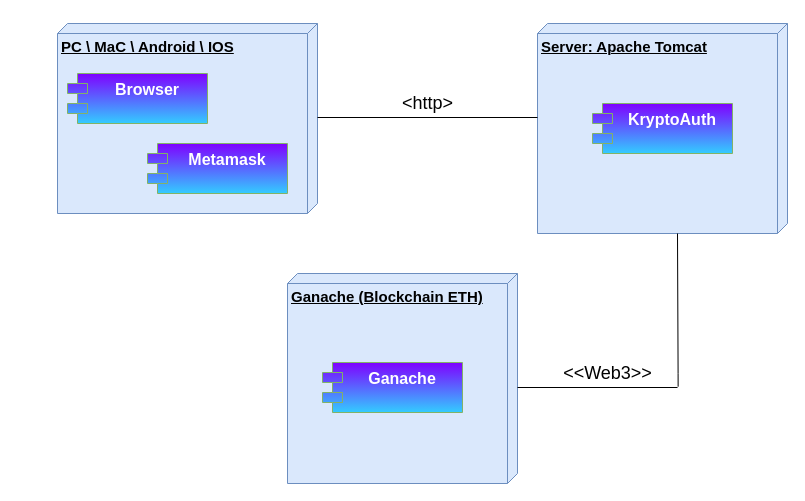
Before: docs/deliverables/Resources/Deployment Diagram/Deployment Diagram.drawio in Alberto-00/Kryptoauth-NFT, a draw.io diagram. Source tidied: cells renumbered, new cells numbered last; positions are measured from the earlier drawing's top-left corner, leaving out a move shared by most shapes. Both pictures are drawn from the tidied source at 100%, with x=0, y=0 at pixel (57, 23).
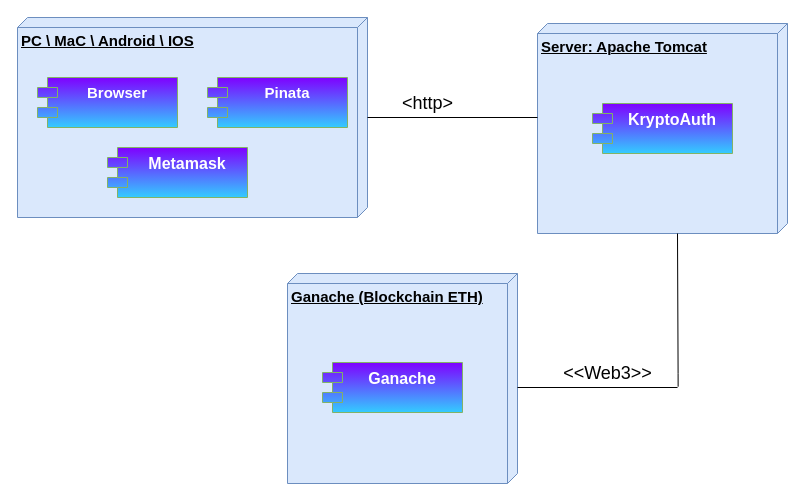
The same page after the edit.

What changed in the source:
```diff
@@
 <mxGraphModel>
   <root>
     <mxCell id="0" />
     <mxCell id="1" parent="0" />
     <mxCell id="2" value="&lt;font style=&quot;font-size: 15px&quot;&gt;&lt;b&gt;Ganache (Blockchain ETH)&lt;/b&gt;&lt;/font&gt;" style="verticalAlign=top;align=left;spacingTop=8;spacingLeft=2;spacingRight=12;shape=cube;size=10;direction=south;fontStyle=4;html=1;fillColor=#dae8fc;strokeColor=#6c8ebf;" parent="1" vertex="1">
       <mxGeometry x="230" y="250" width="230" height="210" as="geometry" />
     </mxCell>
     <mxCell id="3" value="&lt;font style=&quot;font-size: 15px&quot;&gt;&lt;b&gt;Server: Apache Tomcat&lt;/b&gt;&lt;/font&gt;" style="verticalAlign=top;align=left;spacingTop=8;spacingLeft=2;spacingRight=12;shape=cube;size=10;direction=south;fontStyle=4;html=1;fillColor=#dae8fc;strokeColor=#6c8ebf;" parent="1" vertex="1">
       <mxGeometry x="480" width="250" height="210" as="geometry" />
     </mxCell>
     <mxCell id="4" value="&lt;b&gt;&lt;font style=&quot;font-size: 15px&quot;&gt;PC \ MaC \ Android \ IOS&lt;/font&gt;&lt;/b&gt;" style="verticalAlign=top;align=left;spacingTop=8;spacingLeft=2;spacingRight=12;shape=cube;size=10;direction=south;fontStyle=4;html=1;fillColor=#dae8fc;strokeColor=#6c8ebf;" parent="1" vertex="1">
-      <mxGeometry width="260" height="190" as="geometry" />
+      <mxGeometry x="-40" y="-6" width="350" height="200" as="geometry" />
     </mxCell>
-    <mxCell id="5" value="Browser&#10;" style="shape=module;align=left;spacingLeft=20;align=center;verticalAlign=top;fillColor=#7F00FF;strokeColor=#82b366;fontSize=16;gradientColor=#33CCFF;fontColor=#FFFFFF;fontStyle=1;" parent="1" vertex="1">
-      <mxGeometry x="10" y="50" width="140" height="50" as="geometry" />
+    <mxCell id="5" value="Browser" style="shape=module;align=left;spacingLeft=20;align=center;verticalAlign=top;fillColor=#7F00FF;strokeColor=#82b366;fontSize=15;gradientColor=#33CCFF;fontColor=#FFFFFF;fontStyle=1;" parent="1" vertex="1">
+      <mxGeometry x="-20" y="54" width="140" height="50" as="geometry" />
     </mxCell>
     <mxCell id="6" style="line;strokeWidth=1;fillColor=none;align=left;verticalAlign=middle;spacingTop=-1;spacingLeft=3;spacingRight=3;labelPosition=right;" parent="1" vertex="1">
-      <mxGeometry x="260" y="90" width="220" height="8" as="geometry" />
+      <mxGeometry x="310" y="90" width="170" height="8" as="geometry" />
     </mxCell>
     <mxCell id="7" style="line;strokeWidth=1;fillColor=none;align=left;verticalAlign=middle;spacingTop=-1;spacingLeft=3;spacingRight=3;labelPosition=right;points=[];portConstraint=eastwest;" parent="1" vertex="1">
       <mxGeometry x="460" y="360" width="160" height="8" as="geometry" />
     </mxCell>
     <mxCell id="8" style="endArrow=none;html=1;rounded=0;edgeStyle=orthogonalEdgeStyle;exitX=1.004;exitY=0.4;exitDx=0;exitDy=0;exitPerimeter=0;" parent="1" edge="1" source="7">
       <mxGeometry relative="1" as="geometry">
         <mxPoint x="620" y="210" as="targetPoint" />
         <Array as="points">
           <mxPoint x="621" y="350" />
           <mxPoint x="620" y="350" />
         </Array>
       </mxGeometry>
     </mxCell>
     <mxCell id="9" value="&lt;font style=&quot;font-size: 18px&quot;&gt;&amp;lt;&amp;lt;Web3&amp;gt;&amp;gt;&lt;/font&gt;" style="text;html=1;align=center;verticalAlign=middle;strokeColor=none;fillColor=none;" parent="1" vertex="1">
       <mxGeometry x="495" y="330" width="110" height="40" as="geometry" />
     </mxCell>
     <mxCell id="10" value="&lt;font style=&quot;font-size: 18px&quot;&gt;&amp;lt;http&amp;gt;&lt;/font&gt;" style="text;html=1;align=center;verticalAlign=middle;strokeColor=none;fillColor=none;" parent="1" vertex="1">
       <mxGeometry x="335" y="70" width="70" height="20" as="geometry" />
     </mxCell>
     <mxCell id="11" value="Metamask" style="shape=module;align=left;spacingLeft=20;align=center;verticalAlign=top;fillColor=#7F00FF;strokeColor=#82b366;fontSize=16;gradientColor=#33CCFF;fontColor=#FFFFFF;fontStyle=1;" parent="1" vertex="1">
-      <mxGeometry x="90" y="120" width="140" height="50" as="geometry" />
+      <mxGeometry x="50" y="124" width="140" height="50" as="geometry" />
     </mxCell>
     <mxCell id="12" value="KryptoAuth&#10;" style="shape=module;align=left;spacingLeft=20;align=center;verticalAlign=top;fillColor=#7F00FF;strokeColor=#82b366;fontSize=16;gradientColor=#33CCFF;fontColor=#FFFFFF;fontStyle=1;" parent="1" vertex="1">
       <mxGeometry x="535" y="80" width="140" height="50" as="geometry" />
     </mxCell>
     <mxCell id="13" value="Ganache" style="shape=module;align=left;spacingLeft=20;align=center;verticalAlign=top;fillColor=#7F00FF;strokeColor=#82b366;fontSize=16;gradientColor=#33CCFF;fontColor=#FFFFFF;fontStyle=1;" parent="1" vertex="1">
       <mxGeometry x="265" y="339" width="140" height="50" as="geometry" />
     </mxCell>
+    <mxCell id="14" value="Pinata" style="shape=module;align=left;spacingLeft=20;align=center;verticalAlign=top;fillColor=#7F00FF;strokeColor=#82b366;fontSize=15;gradientColor=#33CCFF;fontColor=#FFFFFF;fontStyle=1;" parent="1" vertex="1">
+      <mxGeometry x="150" y="54" width="140" height="50" as="geometry" />
+    </mxCell>
   </root>
 </mxGraphModel>
```
